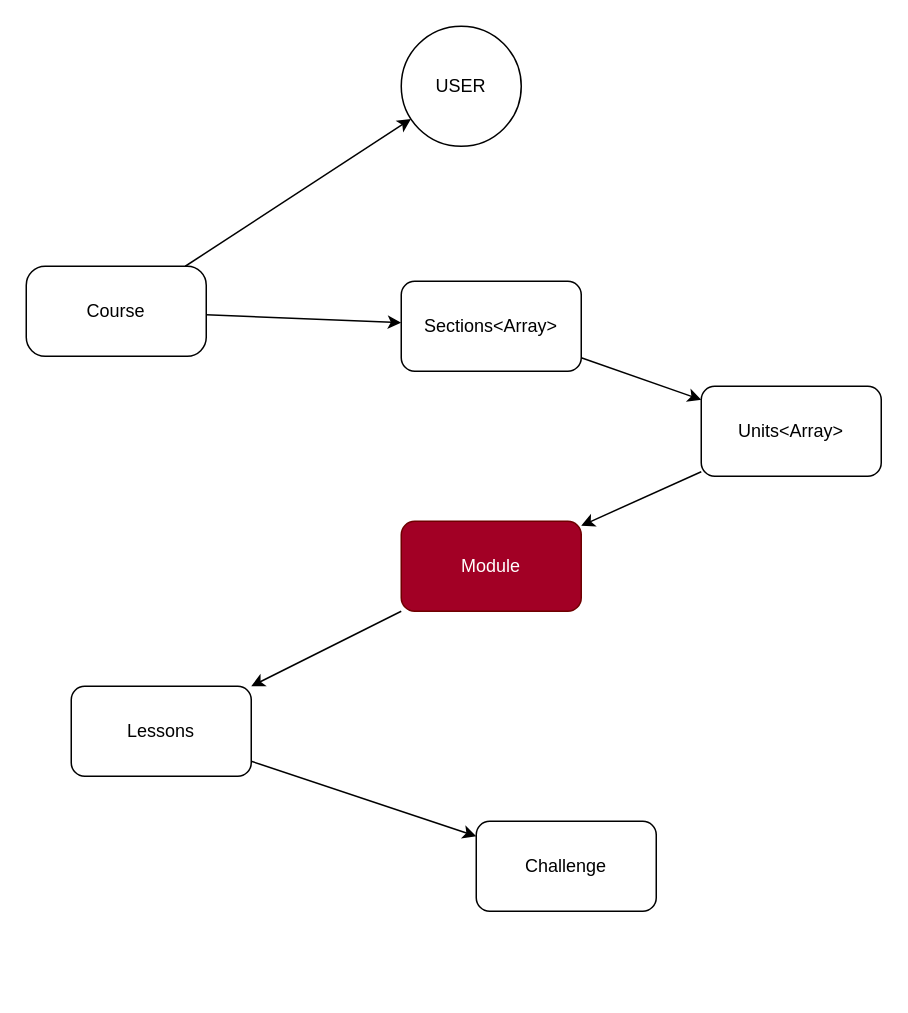
Before: entities.drawio in Gujejiani/Knowable-app_backend, a draw.io diagram. Source tidied: cells renumbered, new cells numbered last; positions are measured from the earlier drawing's top-left corner, leaving out a move shared by most shapes. Both pictures are drawn from the tidied source at 150%, with x=0, y=0 at pixel (26, 26).
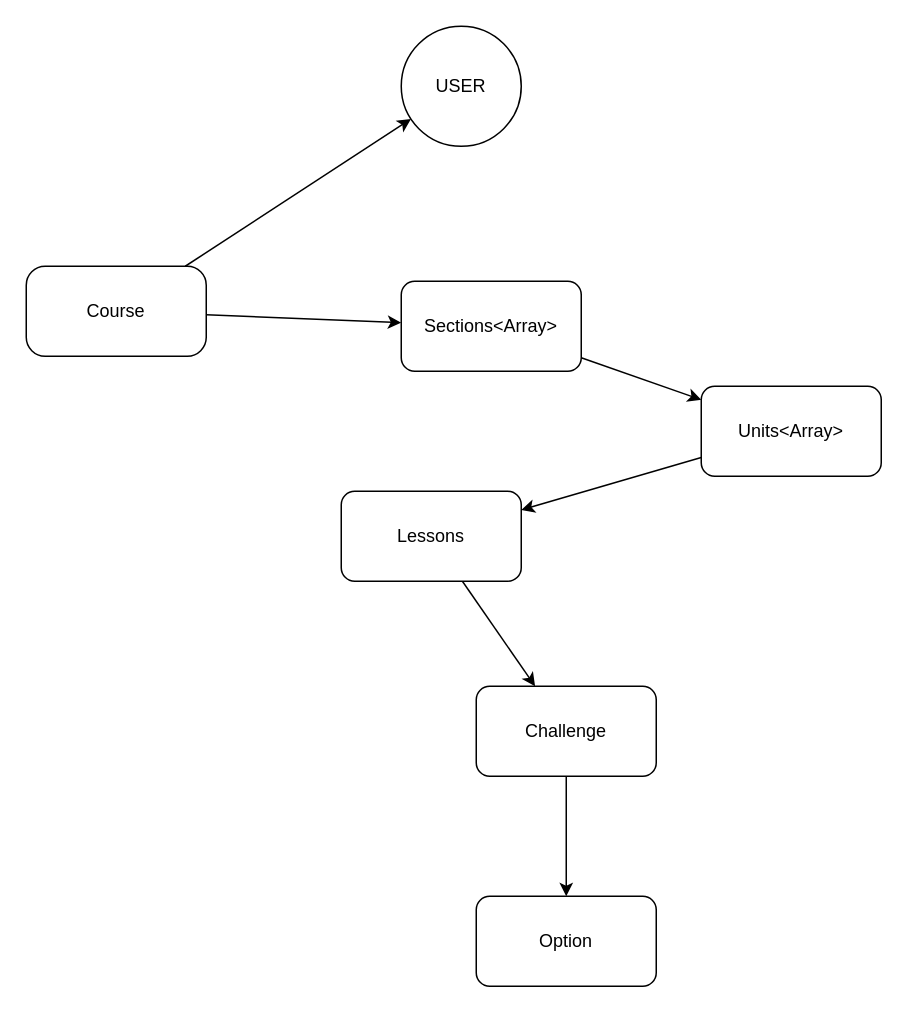
The same diagram, later.

Change to the diagram source:
```diff
@@
 <mxGraphModel>
   <root>
     <mxCell id="0" />
     <mxCell id="1" parent="0" />
     <mxCell id="2" style="edgeStyle=none;html=1;" parent="1" edge="1" source="4" target="6">
       <mxGeometry relative="1" as="geometry" />
     </mxCell>
     <mxCell id="3" style="edgeStyle=none;html=1;" parent="1" edge="1" source="4" target="14">
       <mxGeometry relative="1" as="geometry" />
     </mxCell>
     <mxCell id="4" value="Course" style="rounded=1;whiteSpace=wrap;html=1;arcSize=21;" parent="1" vertex="1">
       <mxGeometry y="160" width="120" height="60" as="geometry" />
     </mxCell>
     <mxCell id="5" style="edgeStyle=none;html=1;" parent="1" edge="1" source="6" target="8">
       <mxGeometry relative="1" as="geometry" />
     </mxCell>
     <mxCell id="6" value="Sections&amp;lt;Array&amp;gt;" style="rounded=1;whiteSpace=wrap;html=1;" parent="1" vertex="1">
       <mxGeometry x="250" y="170" width="120" height="60" as="geometry" />
     </mxCell>
-    <mxCell id="7" style="edgeStyle=none;html=1;" parent="1" edge="1" source="8" target="10">
-      <mxGeometry relative="1" as="geometry" />
-    </mxCell>
+    <mxCell id="15" style="edgeStyle=none;html=1;" parent="1" edge="1" source="8" target="12">
+      <mxGeometry relative="1" as="geometry" />
+    </mxCell>
     <mxCell id="8" value="Units&amp;lt;Array&amp;gt;&lt;br&gt;" style="whiteSpace=wrap;html=1;rounded=1;" parent="1" vertex="1">
       <mxGeometry x="450" y="240" width="120" height="60" as="geometry" />
     </mxCell>
-    <mxCell id="9" style="edgeStyle=none;html=1;" parent="1" edge="1" source="10" target="12">
-      <mxGeometry relative="1" as="geometry" />
-    </mxCell>
-    <mxCell id="10" value="Module" style="whiteSpace=wrap;html=1;rounded=1;fillColor=#a20025;fontColor=#ffffff;strokeColor=#6F0000;" parent="1" vertex="1">
-      <mxGeometry x="250" y="330" width="120" height="60" as="geometry" />
-    </mxCell>
     <mxCell id="11" style="edgeStyle=none;html=1;" parent="1" edge="1" source="12" target="13">
       <mxGeometry relative="1" as="geometry" />
     </mxCell>
     <mxCell id="12" value="Lessons" style="whiteSpace=wrap;html=1;rounded=1;" parent="1" vertex="1">
-      <mxGeometry x="30" y="440" width="120" height="60" as="geometry" />
+      <mxGeometry x="210" y="310" width="120" height="60" as="geometry" />
     </mxCell>
+    <mxCell id="16" style="edgeStyle=none;html=1;" parent="1" edge="1" source="13" target="17">
+      <mxGeometry relative="1" as="geometry" />
+    </mxCell>
     <mxCell id="13" value="Challenge" style="whiteSpace=wrap;html=1;rounded=1;" parent="1" vertex="1">
-      <mxGeometry x="300" y="530" width="120" height="60" as="geometry" />
+      <mxGeometry x="300" y="440" width="120" height="60" as="geometry" />
     </mxCell>
     <mxCell id="14" value="USER" style="ellipse;whiteSpace=wrap;html=1;rounded=1;arcSize=21;" parent="1" vertex="1">
       <mxGeometry x="250" width="80" height="80" as="geometry" />
     </mxCell>
+    <mxCell id="17" value="Option" style="whiteSpace=wrap;html=1;rounded=1;" parent="1" vertex="1">
+      <mxGeometry x="300" y="580" width="120" height="60" as="geometry" />
+    </mxCell>
   </root>
 </mxGraphModel>
```
